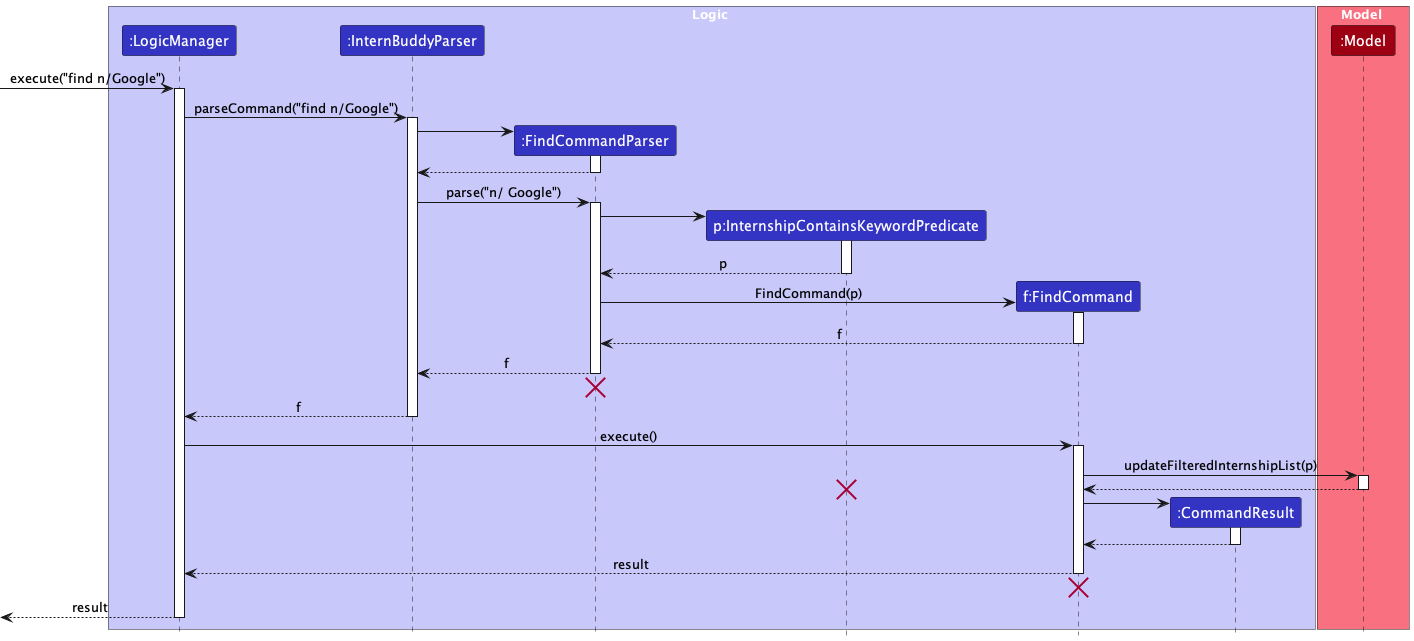
The PlantUML diagram docs/images/FindSequenceDiagram.png in nus-cs2103-AY2223S2/tp, before a commit.
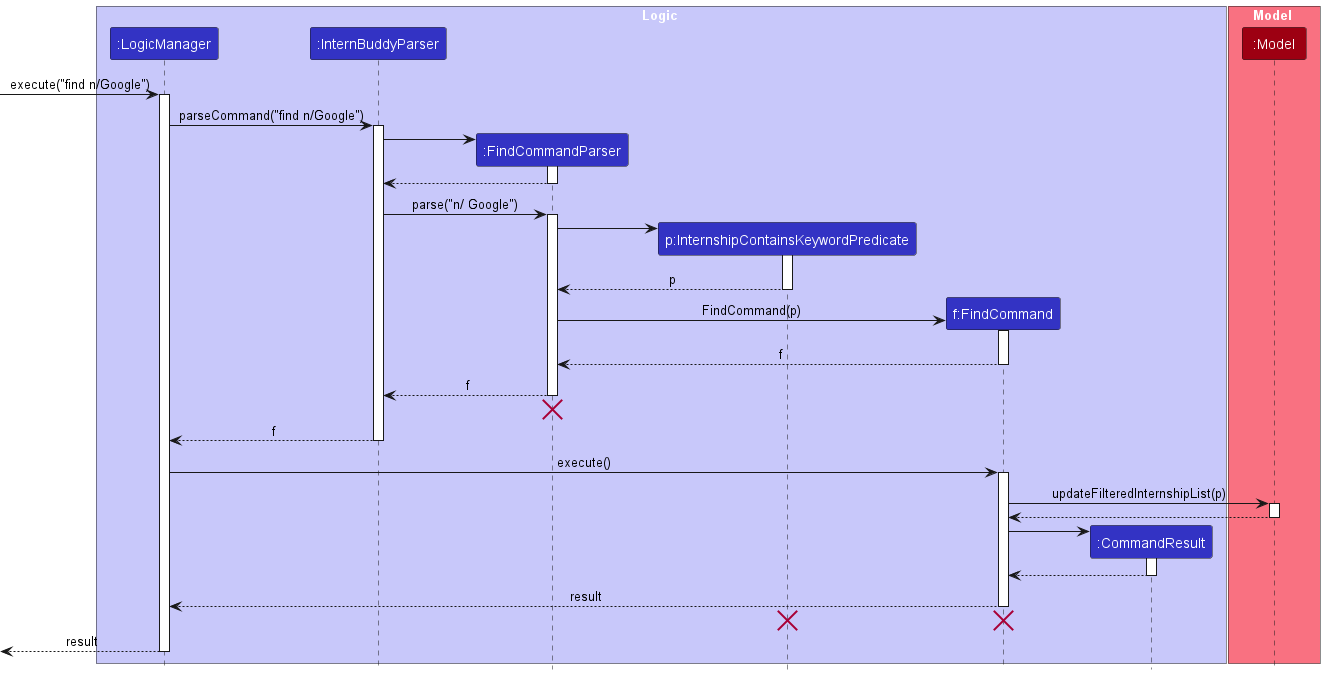
Later version of the same file.

Commit message:
Fix find sequence diagram

The edit, as a diff of the source:
```diff
@@ -61,8 +61,6 @@
 Model --> FindCommand
 deactivate Model
 
-destroy InternshipContainsKeywordPredicate
-
 create CommandResult
 FindCommand -> CommandResult
 activate CommandResult
@@ -74,6 +72,7 @@
 deactivate FindCommand
 FindCommand -[hidden]-> LogicManager
 destroy FindCommand
+destroy InternshipContainsKeywordPredicate
 
 [<--LogicManager : result
 deactivate LogicManager
```
